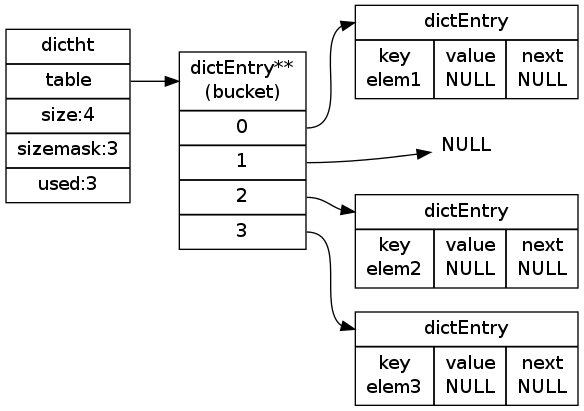
huangzworks/redisbook keeps this Graphviz diagram as datatype/image/set_using_ht_encoding.png. Above is the earlier version. Its source is kept beside it as datatype/image/set_using_ht_encoding.dot. Its diagram source:
```dot
digraph hash_table_example {


    rankdir = LR;

    node[shape=record];


    ht1 [label="<dictht>dictht |<table> table | size:4 | sizemask:3 | used:3"];

    bucket [label="<head>dictEntry**\n(bucket) |<table0> 0 |<table1> 1 |<table2> 2 |<table3> 3 "];

    pair_1 [label="<head>dictEntry |{<key>key\nelem1 |<value>value\nNULL |<next>next\nNULL}"];

    pair_2 [label="<head>dictEntry |{<key>key\nelem2 |<value>value\nNULL |<next>next\nNULL}"];

    pair_3 [label="<head>dictEntry |{<key>key\nelem3 |<value>value\nNULL |<next>next\nNULL}"];

    null1 [label="NULL", shape=plaintext];


    ht1:table -> bucket:head;

    bucket:table0 -> pair_1:head;

    bucket:table1 -> null1;

    bucket:table2 -> pair_2:head;

    bucket:table3 -> pair_3:head;
}
```
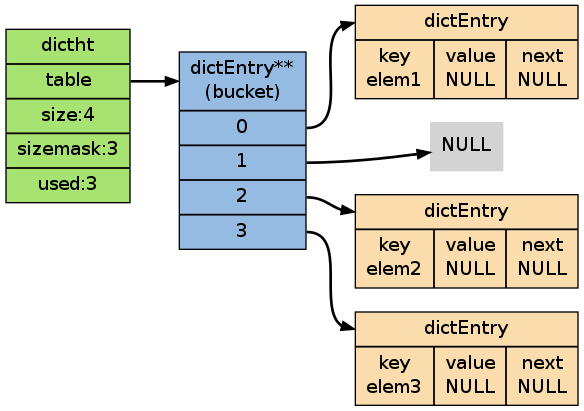
Above is the later version.

The edit, as a diff of the source:
```diff
@@ -3,18 +3,20 @@
 
     rankdir = LR;
 
-    node[shape=record];
+    node[shape=record, style = filled];
+
+    edge [style = bold];
 
 
-    ht1 [label="<dictht>dictht |<table> table | size:4 | sizemask:3 | used:3"];
+    ht1 [label="<dictht>dictht |<table> table | size:4 | sizemask:3 | used:3", fillcolor = "#A8E270"];
 
-    bucket [label="<head>dictEntry**\n(bucket) |<table0> 0 |<table1> 1 |<table2> 2 |<table3> 3 "];
+    bucket [label="<head>dictEntry**\n(bucket) |<table0> 0 |<table1> 1 |<table2> 2 |<table3> 3 ", fillcolor = "#95BBE3"];
 
-    pair_1 [label="<head>dictEntry |{<key>key\nelem1 |<value>value\nNULL |<next>next\nNULL}"];
+    pair_1 [label="<head>dictEntry |{<key>key\nelem1 |<value>value\nNULL |<next>next\nNULL}", fillcolor = "#FADCAD"];
 
-    pair_2 [label="<head>dictEntry |{<key>key\nelem2 |<value>value\nNULL |<next>next\nNULL}"];
+    pair_2 [label="<head>dictEntry |{<key>key\nelem2 |<value>value\nNULL |<next>next\nNULL}", fillcolor = "#FADCAD"];
 
-    pair_3 [label="<head>dictEntry |{<key>key\nelem3 |<value>value\nNULL |<next>next\nNULL}"];
+    pair_3 [label="<head>dictEntry |{<key>key\nelem3 |<value>value\nNULL |<next>next\nNULL}", fillcolor = "#FADCAD"];
 
     null1 [label="NULL", shape=plaintext];
 
```
